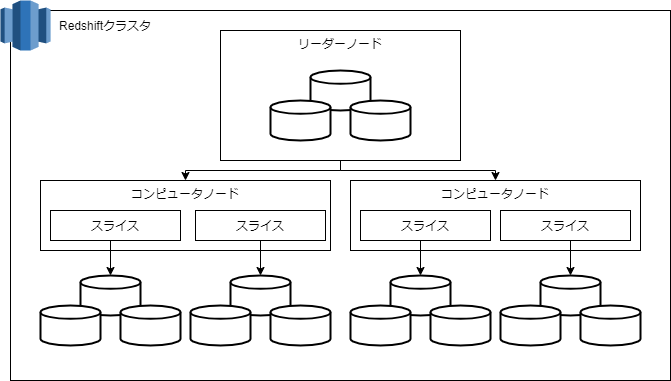
Before: img/Redshiftの構成.png, a diagram exported from draw.io (MxShun/aws-drawio). Source tidied: cells renumbered, new cells last; positions are measured from the earlier drawing's top-left corner, leaving out a move shared by most shapes.
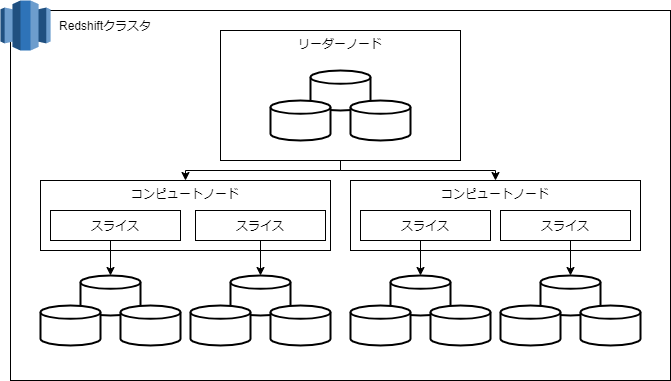
After the change.

Commit message:
Fix Redshitの構成 コンピュータノード→コンピュートノード

Change to the diagram source:
```diff
@@ -26,7 +26,7 @@
     <mxCell id="9" style="dashed=0;verticalLabelPosition=bottom;verticalAlign=top;align=center;html=1;shape=mxgraph.aws3.redshift;fillColor=#2E73B8;gradientColor=none;" parent="1" vertex="1">
       <mxGeometry width="50" height="50" as="geometry" />
     </mxCell>
-    <mxCell id="10" value="コンピュータノード" style="rounded=0;whiteSpace=wrap;html=1;fillColor=none;verticalAlign=top;" parent="1" vertex="1">
+    <mxCell id="10" value="コンピュートノード" style="rounded=0;whiteSpace=wrap;html=1;fillColor=none;verticalAlign=top;" parent="1" vertex="1">
       <mxGeometry x="40" y="180" width="290" height="70" as="geometry" />
     </mxCell>
     <mxCell id="11" style="edgeStyle=orthogonalEdgeStyle;rounded=0;jettySize=auto;html=1;exitX=0.5;exitY=1;exitDx=0;exitDy=0;entryX=0.5;entryY=0;entryDx=0;entryDy=0;entryPerimeter=0;" parent="1" edge="1" source="12" target="3">
@@ -78,7 +78,7 @@
     <mxCell id="23" style="strokeWidth=2;html=1;shape=mxgraph.flowchart.database;whiteSpace=wrap;" parent="1" vertex="1">
       <mxGeometry x="500" y="305" width="60" height="40" as="geometry" />
     </mxCell>
-    <mxCell id="24" value="コンピュータノード" style="rounded=0;whiteSpace=wrap;html=1;fillColor=none;verticalAlign=top;" parent="1" vertex="1">
+    <mxCell id="24" value="コンピュートノード" style="rounded=0;whiteSpace=wrap;html=1;fillColor=none;verticalAlign=top;" parent="1" vertex="1">
       <mxGeometry x="350" y="180" width="290" height="70" as="geometry" />
     </mxCell>
     <mxCell id="25" style="edgeStyle=orthogonalEdgeStyle;rounded=0;jettySize=auto;html=1;exitX=0.5;exitY=1;exitDx=0;exitDy=0;entryX=0.5;entryY=0;entryDx=0;entryDy=0;entryPerimeter=0;" parent="1" edge="1" source="26" target="18">
```
